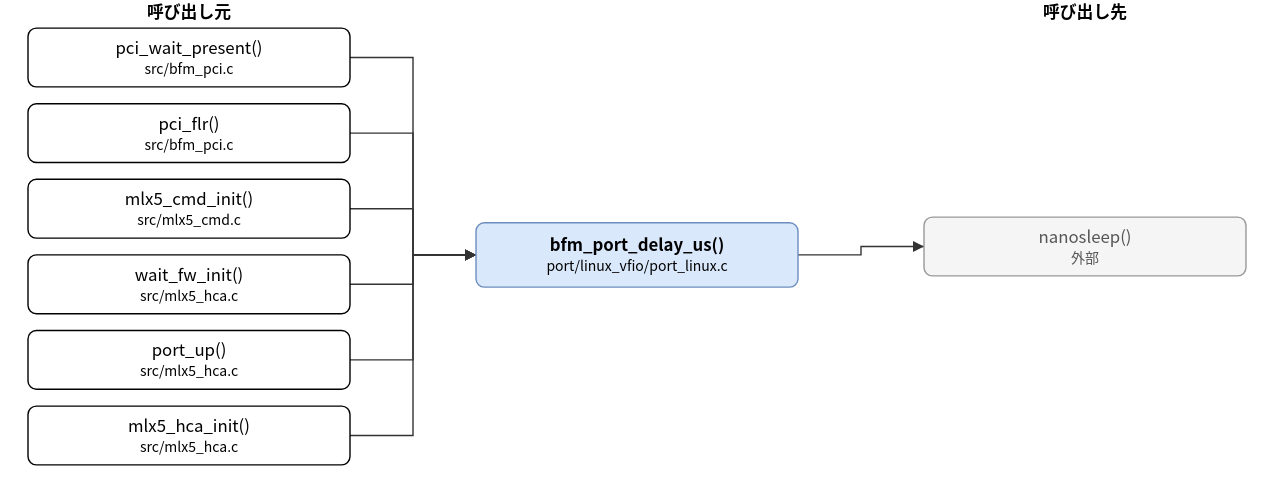
Above: doc/spec/images/call_port_linux_vfio_port_linux-bfm_port_delay_us.drawio.svg in hf355051012-ai/bfmem (draw.io), before the change. Source tidied: cells renumbered, new cells last; positions are measured from the earlier drawing's top-left corner, leaving out a move shared by most shapes. The source it was exported from:
```xml
<mxGraphModel>
  <root>
    <mxCell id="0" />
    <mxCell id="1" parent="0" />
    <mxCell id="2" value="bfm_port_delay_us()&lt;br&gt;&lt;font style=&quot;font-size:10px&quot;&gt;port/linux_vfio/port_linux.c&lt;/font&gt;" style="rounded=1;whiteSpace=wrap;html=1;fillColor=#dae8fc;strokeColor=#6c8ebf;fontStyle=1;" parent="1" vertex="1">
      <mxGeometry x="320" y="159" width="230" height="46" as="geometry" />
    </mxCell>
    <mxCell id="3" value="pci_wait_present()&lt;br&gt;&lt;font style=&quot;font-size:10px&quot;&gt;src/bfm_pci.c&lt;/font&gt;" style="rounded=1;whiteSpace=wrap;html=1;" parent="1" vertex="1">
      <mxGeometry y="20" width="230" height="42" as="geometry" />
    </mxCell>
    <mxCell id="4" value="pci_flr()&lt;br&gt;&lt;font style=&quot;font-size:10px&quot;&gt;src/bfm_pci.c&lt;/font&gt;" style="rounded=1;whiteSpace=wrap;html=1;" parent="1" vertex="1">
      <mxGeometry y="74" width="230" height="42" as="geometry" />
    </mxCell>
    <mxCell id="5" value="mlx5_cmd_init()&lt;br&gt;&lt;font style=&quot;font-size:10px&quot;&gt;src/mlx5_cmd.c&lt;/font&gt;" style="rounded=1;whiteSpace=wrap;html=1;" parent="1" vertex="1">
      <mxGeometry y="128" width="230" height="42" as="geometry" />
    </mxCell>
    <mxCell id="6" value="wait_fw_init()&lt;br&gt;&lt;font style=&quot;font-size:10px&quot;&gt;src/mlx5_hca.c&lt;/font&gt;" style="rounded=1;whiteSpace=wrap;html=1;" parent="1" vertex="1">
      <mxGeometry y="182" width="230" height="42" as="geometry" />
    </mxCell>
    <mxCell id="7" value="port_up()&lt;br&gt;&lt;font style=&quot;font-size:10px&quot;&gt;src/mlx5_hca.c&lt;/font&gt;" style="rounded=1;whiteSpace=wrap;html=1;" parent="1" vertex="1">
      <mxGeometry y="236" width="230" height="42" as="geometry" />
    </mxCell>
    <mxCell id="8" value="mlx5_hca_init()&lt;br&gt;&lt;font style=&quot;font-size:10px&quot;&gt;src/mlx5_hca.c&lt;/font&gt;" style="rounded=1;whiteSpace=wrap;html=1;" parent="1" vertex="1">
      <mxGeometry y="290" width="230" height="42" as="geometry" />
    </mxCell>
    <mxCell id="9" value="nanosleep()&lt;br&gt;&lt;font style=&quot;font-size:10px&quot;&gt;外部&lt;/font&gt;" style="rounded=1;whiteSpace=wrap;html=1;fillColor=#f5f5f5;strokeColor=#999999;fontColor=#555555;" parent="1" vertex="1">
      <mxGeometry x="640" y="155" width="230" height="42" as="geometry" />
    </mxCell>
    <mxCell id="10" style="edgeStyle=none;html=1;rounded=0;endArrow=block;endFill=1;exitX=1.0000;exitY=0.5000;exitDx=0;exitDy=0;exitPerimeter=0;entryX=0.0000;entryY=0.5000;entryDx=0;entryDy=0;entryPerimeter=0;" parent="1" edge="1" source="3" target="2">
      <mxGeometry relative="1" as="geometry">
        <Array as="points">
          <mxPoint x="275" y="41" />
          <mxPoint x="275" y="182" />
        </Array>
      </mxGeometry>
    </mxCell>
    <mxCell id="11" style="edgeStyle=none;html=1;rounded=0;endArrow=block;endFill=1;exitX=1.0000;exitY=0.5000;exitDx=0;exitDy=0;exitPerimeter=0;entryX=0.0000;entryY=0.5000;entryDx=0;entryDy=0;entryPerimeter=0;" parent="1" edge="1" source="4" target="2">
      <mxGeometry relative="1" as="geometry">
        <Array as="points">
          <mxPoint x="275" y="95" />
          <mxPoint x="275" y="182" />
        </Array>
      </mxGeometry>
    </mxCell>
    <mxCell id="12" style="edgeStyle=none;html=1;rounded=0;endArrow=block;endFill=1;exitX=1.0000;exitY=0.5000;exitDx=0;exitDy=0;exitPerimeter=0;entryX=0.0000;entryY=0.5000;entryDx=0;entryDy=0;entryPerimeter=0;" parent="1" edge="1" source="5" target="2">
      <mxGeometry relative="1" as="geometry">
        <Array as="points">
          <mxPoint x="275" y="149" />
          <mxPoint x="275" y="182" />
        </Array>
      </mxGeometry>
    </mxCell>
    <mxCell id="13" style="edgeStyle=none;html=1;rounded=0;endArrow=block;endFill=1;exitX=1.0000;exitY=0.5000;exitDx=0;exitDy=0;exitPerimeter=0;entryX=0.0000;entryY=0.5000;entryDx=0;entryDy=0;entryPerimeter=0;" parent="1" edge="1" source="6" target="2">
      <mxGeometry relative="1" as="geometry">
        <Array as="points">
          <mxPoint x="275" y="203" />
          <mxPoint x="275" y="182" />
        </Array>
      </mxGeometry>
    </mxCell>
    <mxCell id="14" style="edgeStyle=none;html=1;rounded=0;endArrow=block;endFill=1;exitX=1.0000;exitY=0.5000;exitDx=0;exitDy=0;exitPerimeter=0;entryX=0.0000;entryY=0.5000;entryDx=0;entryDy=0;entryPerimeter=0;" parent="1" edge="1" source="7" target="2">
      <mxGeometry relative="1" as="geometry">
        <Array as="points">
          <mxPoint x="275" y="257" />
          <mxPoint x="275" y="182" />
        </Array>
      </mxGeometry>
    </mxCell>
    <mxCell id="15" style="edgeStyle=none;html=1;rounded=0;endArrow=block;endFill=1;exitX=1.0000;exitY=0.5000;exitDx=0;exitDy=0;exitPerimeter=0;entryX=0.0000;entryY=0.5000;entryDx=0;entryDy=0;entryPerimeter=0;" parent="1" edge="1" source="8" target="2">
      <mxGeometry relative="1" as="geometry">
        <Array as="points">
          <mxPoint x="275" y="311" />
          <mxPoint x="275" y="182" />
        </Array>
      </mxGeometry>
    </mxCell>
    <mxCell id="16" style="edgeStyle=none;html=1;rounded=0;endArrow=block;endFill=1;exitX=1.0000;exitY=0.5000;exitDx=0;exitDy=0;exitPerimeter=0;entryX=0.0000;entryY=0.5000;entryDx=0;entryDy=0;entryPerimeter=0;" parent="1" edge="1" source="2" target="9">
      <mxGeometry relative="1" as="geometry">
        <Array as="points">
          <mxPoint x="595" y="182" />
          <mxPoint x="595" y="176" />
        </Array>
      </mxGeometry>
    </mxCell>
    <mxCell id="17" value="呼び出し元" style="text;html=1;align=center;fontStyle=1;" parent="1" vertex="1">
      <mxGeometry x="35" width="160" height="18" as="geometry" />
    </mxCell>
    <mxCell id="18" value="呼び出し先" style="text;html=1;align=center;fontStyle=1;" parent="1" vertex="1">
      <mxGeometry x="675" width="160" height="18" as="geometry" />
    </mxCell>
  </root>
</mxGraphModel>
```
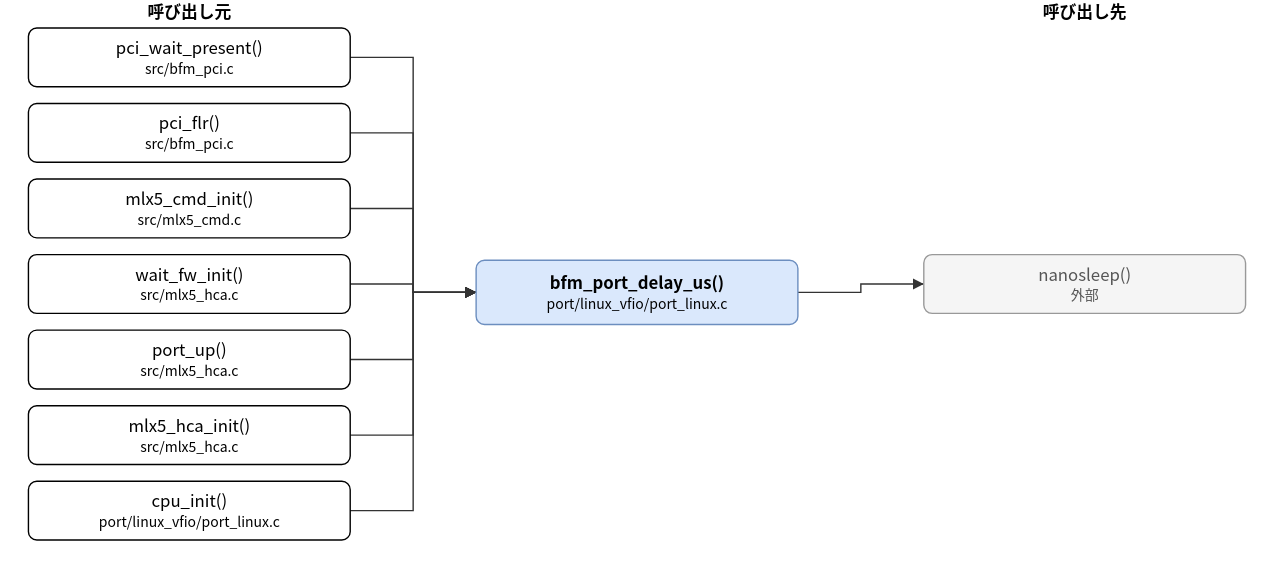
The same diagram one commit later.

Change to the diagram source:
```diff
@@ -3,7 +3,7 @@
     <mxCell id="0" />
     <mxCell id="1" parent="0" />
     <mxCell id="2" value="bfm_port_delay_us()&lt;br&gt;&lt;font style=&quot;font-size:10px&quot;&gt;port/linux_vfio/port_linux.c&lt;/font&gt;" style="rounded=1;whiteSpace=wrap;html=1;fillColor=#dae8fc;strokeColor=#6c8ebf;fontStyle=1;" parent="1" vertex="1">
-      <mxGeometry x="320" y="159" width="230" height="46" as="geometry" />
+      <mxGeometry x="320" y="186" width="230" height="46" as="geometry" />
     </mxCell>
     <mxCell id="3" value="pci_wait_present()&lt;br&gt;&lt;font style=&quot;font-size:10px&quot;&gt;src/bfm_pci.c&lt;/font&gt;" style="rounded=1;whiteSpace=wrap;html=1;" parent="1" vertex="1">
       <mxGeometry y="20" width="230" height="42" as="geometry" />
@@ -23,14 +23,17 @@
     <mxCell id="8" value="mlx5_hca_init()&lt;br&gt;&lt;font style=&quot;font-size:10px&quot;&gt;src/mlx5_hca.c&lt;/font&gt;" style="rounded=1;whiteSpace=wrap;html=1;" parent="1" vertex="1">
       <mxGeometry y="290" width="230" height="42" as="geometry" />
     </mxCell>
+    <mxCell id="19" value="cpu_init()&lt;br&gt;&lt;font style=&quot;font-size:10px&quot;&gt;port/linux_vfio/port_linux.c&lt;/font&gt;" style="rounded=1;whiteSpace=wrap;html=1;" parent="1" vertex="1">
+      <mxGeometry y="344" width="230" height="42" as="geometry" />
+    </mxCell>
     <mxCell id="9" value="nanosleep()&lt;br&gt;&lt;font style=&quot;font-size:10px&quot;&gt;外部&lt;/font&gt;" style="rounded=1;whiteSpace=wrap;html=1;fillColor=#f5f5f5;strokeColor=#999999;fontColor=#555555;" parent="1" vertex="1">
-      <mxGeometry x="640" y="155" width="230" height="42" as="geometry" />
+      <mxGeometry x="640" y="182" width="230" height="42" as="geometry" />
     </mxCell>
     <mxCell id="10" style="edgeStyle=none;html=1;rounded=0;endArrow=block;endFill=1;exitX=1.0000;exitY=0.5000;exitDx=0;exitDy=0;exitPerimeter=0;entryX=0.0000;entryY=0.5000;entryDx=0;entryDy=0;entryPerimeter=0;" parent="1" edge="1" source="3" target="2">
       <mxGeometry relative="1" as="geometry">
         <Array as="points">
           <mxPoint x="275" y="41" />
-          <mxPoint x="275" y="182" />
+          <mxPoint x="275" y="209" />
         </Array>
       </mxGeometry>
     </mxCell>
@@ -38,7 +41,7 @@
       <mxGeometry relative="1" as="geometry">
         <Array as="points">
           <mxPoint x="275" y="95" />
-          <mxPoint x="275" y="182" />
+          <mxPoint x="275" y="209" />
         </Array>
       </mxGeometry>
     </mxCell>
@@ -46,7 +49,7 @@
       <mxGeometry relative="1" as="geometry">
         <Array as="points">
           <mxPoint x="275" y="149" />
-          <mxPoint x="275" y="182" />
+          <mxPoint x="275" y="209" />
         </Array>
       </mxGeometry>
     </mxCell>
@@ -54,7 +57,7 @@
       <mxGeometry relative="1" as="geometry">
         <Array as="points">
           <mxPoint x="275" y="203" />
-          <mxPoint x="275" y="182" />
+          <mxPoint x="275" y="209" />
         </Array>
       </mxGeometry>
     </mxCell>
@@ -62,7 +65,7 @@
       <mxGeometry relative="1" as="geometry">
         <Array as="points">
           <mxPoint x="275" y="257" />
-          <mxPoint x="275" y="182" />
+          <mxPoint x="275" y="209" />
         </Array>
       </mxGeometry>
     </mxCell>
@@ -70,18 +73,26 @@
       <mxGeometry relative="1" as="geometry">
         <Array as="points">
           <mxPoint x="275" y="311" />
-          <mxPoint x="275" y="182" />
+          <mxPoint x="275" y="209" />
         </Array>
       </mxGeometry>
     </mxCell>
-    <mxCell id="16" style="edgeStyle=none;html=1;rounded=0;endArrow=block;endFill=1;exitX=1.0000;exitY=0.5000;exitDx=0;exitDy=0;exitPerimeter=0;entryX=0.0000;entryY=0.5000;entryDx=0;entryDy=0;entryPerimeter=0;" parent="1" edge="1" source="2" target="9">
+    <mxCell id="16" style="edgeStyle=none;html=1;rounded=0;endArrow=block;endFill=1;exitX=1.0000;exitY=0.5000;exitDx=0;exitDy=0;exitPerimeter=0;entryX=0.0000;entryY=0.5000;entryDx=0;entryDy=0;entryPerimeter=0;" parent="1" edge="1" source="19" target="2">
       <mxGeometry relative="1" as="geometry">
         <Array as="points">
-          <mxPoint x="595" y="182" />
-          <mxPoint x="595" y="176" />
+          <mxPoint x="275" y="365" />
+          <mxPoint x="275" y="209" />
         </Array>
       </mxGeometry>
     </mxCell>
+    <mxCell id="20" style="edgeStyle=none;html=1;rounded=0;endArrow=block;endFill=1;exitX=1.0000;exitY=0.5000;exitDx=0;exitDy=0;exitPerimeter=0;entryX=0.0000;entryY=0.5000;entryDx=0;entryDy=0;entryPerimeter=0;" parent="1" edge="1" source="2" target="9">
+      <mxGeometry relative="1" as="geometry">
+        <Array as="points">
+          <mxPoint x="595" y="209" />
+          <mxPoint x="595" y="203" />
+        </Array>
+      </mxGeometry>
+    </mxCell>
     <mxCell id="17" value="呼び出し元" style="text;html=1;align=center;fontStyle=1;" parent="1" vertex="1">
       <mxGeometry x="35" width="160" height="18" as="geometry" />
     </mxCell>
```
